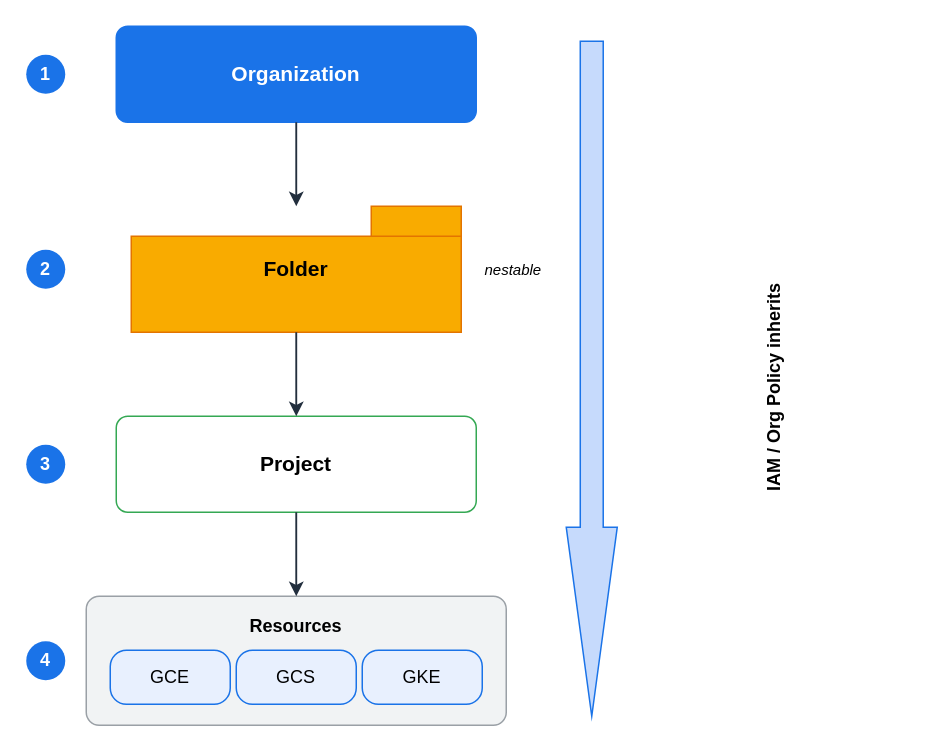
Earlier version of the draw.io diagram assets/img/gcp/gcp-resource-hierarchy.drawio (KKamJi98/kkamji98.github.io). Source tidied: cells renumbered, new cells numbered last; positions are measured from the earlier drawing's top-left corner, leaving out a move shared by most shapes. Both pictures are drawn from the tidied source at 150%, with x=0, y=0 at pixel (26, 26).
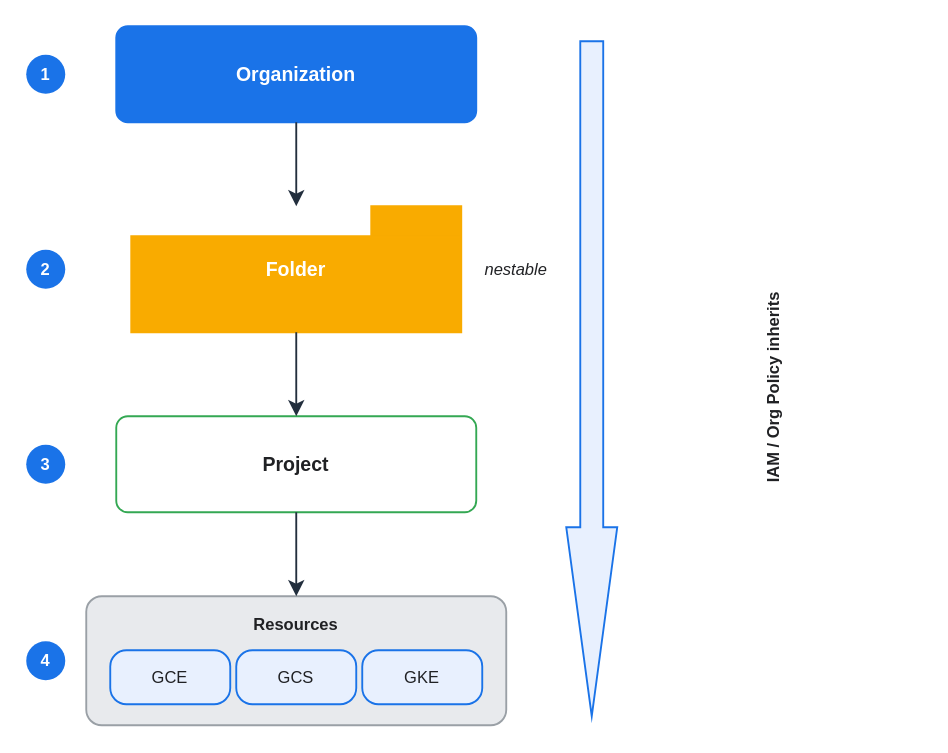
The same page after the edit.

The edit, as a diff of the source:
```diff
@@
 <mxGraphModel background="#FFFFFF">
   <root>
     <mxCell id="0" />
     <mxCell id="1" parent="0" />
-    <mxCell id="2" value="Organization" style="rounded=1;arcSize=12;whiteSpace=wrap;html=0;fillColor=#1A73E8;strokeColor=#1A73E8;fontColor=#FFFFFF;fontSize=14;fontStyle=1;verticalAlign=middle;align=center;" parent="1" vertex="1">
+    <mxCell id="2" value="Organization" style="rounded=1;arcSize=12;whiteSpace=wrap;html=0;fillColor=#1A73E8;strokeColor=#1A73E8;fontColor=#FFFFFF;fontSize=13;fontStyle=1;verticalAlign=middle;align=center;strokeWidth=1.25;" parent="1" vertex="1">
       <mxGeometry x="60" width="240" height="64" as="geometry" />
     </mxCell>
-    <mxCell id="3" value="Folder" style="shape=folder;html=0;whiteSpace=wrap;fillColor=#F9AB00;strokeColor=#E37400;fontColor=#000000;fontSize=14;fontStyle=1;verticalAlign=middle;align=center;" parent="1" vertex="1">
+    <mxCell id="3" value="Folder" style="shape=folder;html=0;whiteSpace=wrap;fillColor=#F9AB00;strokeColor=#F9AB00;fontColor=#FFFFFF;fontSize=13;fontStyle=1;verticalAlign=middle;align=center;strokeWidth=1.25;" parent="1" vertex="1">
       <mxGeometry x="70" y="120" width="220" height="84" as="geometry" />
     </mxCell>
-    <mxCell id="4" value="nestable" style="text;html=0;align=left;verticalAlign=middle;fontColor=#000000;fontSize=10;fontStyle=2;" parent="1" vertex="1">
+    <mxCell id="4" value="nestable" style="text;html=0;align=left;verticalAlign=middle;fontColor=#202124;fontSize=11;fontStyle=2;" parent="1" vertex="1">
       <mxGeometry x="304" y="152" width="50" height="20" as="geometry" />
     </mxCell>
-    <mxCell id="5" value="Project" style="rounded=1;arcSize=12;whiteSpace=wrap;html=0;fillColor=#FFFFFF;strokeColor=#34A853;fontColor=#000000;fontSize=14;fontStyle=1;verticalAlign=middle;align=center;" parent="1" vertex="1">
+    <mxCell id="5" value="Project" style="rounded=1;arcSize=12;whiteSpace=wrap;html=0;fillColor=#FFFFFF;strokeColor=#34A853;fontColor=#202124;fontSize=13;fontStyle=1;verticalAlign=middle;align=center;strokeWidth=1.25;" parent="1" vertex="1">
       <mxGeometry x="60" y="260" width="240" height="64" as="geometry" />
     </mxCell>
-    <mxCell id="6" value="Resources" style="rounded=1;arcSize=10;whiteSpace=wrap;html=0;fillColor=#F1F3F4;strokeColor=#9AA0A6;fontColor=#000000;fontSize=12;fontStyle=1;verticalAlign=top;align=center;spacingTop=6;" parent="1" vertex="1">
+    <mxCell id="6" value="Resources" style="rounded=1;arcSize=12;whiteSpace=wrap;html=0;fillColor=#E8EAED;strokeColor=#9AA0A6;fontColor=#202124;fontSize=11;fontStyle=1;verticalAlign=top;align=center;spacingTop=6;strokeWidth=1.25;" parent="1" vertex="1">
       <mxGeometry x="40" y="380" width="280" height="86" as="geometry" />
     </mxCell>
-    <mxCell id="7" value="GCE" style="rounded=1;arcSize=30;whiteSpace=wrap;html=0;fillColor=#E8F0FE;strokeColor=#1A73E8;fontColor=#000000;fontSize=12;verticalAlign=middle;align=center;" parent="1" vertex="1">
+    <mxCell id="7" value="GCE" style="rounded=1;arcSize=30;whiteSpace=wrap;html=0;fillColor=#E8F0FE;strokeColor=#1A73E8;fontColor=#202124;fontSize=11;verticalAlign=middle;align=center;strokeWidth=1.25;" parent="1" vertex="1">
       <mxGeometry x="56" y="416" width="80" height="36" as="geometry" />
     </mxCell>
-    <mxCell id="8" value="GCS" style="rounded=1;arcSize=30;whiteSpace=wrap;html=0;fillColor=#E8F0FE;strokeColor=#1A73E8;fontColor=#000000;fontSize=12;verticalAlign=middle;align=center;" parent="1" vertex="1">
+    <mxCell id="8" value="GCS" style="rounded=1;arcSize=30;whiteSpace=wrap;html=0;fillColor=#E8F0FE;strokeColor=#1A73E8;fontColor=#202124;fontSize=11;verticalAlign=middle;align=center;strokeWidth=1.25;" parent="1" vertex="1">
       <mxGeometry x="140" y="416" width="80" height="36" as="geometry" />
     </mxCell>
-    <mxCell id="9" value="GKE" style="rounded=1;arcSize=30;whiteSpace=wrap;html=0;fillColor=#E8F0FE;strokeColor=#1A73E8;fontColor=#000000;fontSize=12;verticalAlign=middle;align=center;" parent="1" vertex="1">
+    <mxCell id="9" value="GKE" style="rounded=1;arcSize=30;whiteSpace=wrap;html=0;fillColor=#E8F0FE;strokeColor=#1A73E8;fontColor=#202124;fontSize=11;verticalAlign=middle;align=center;strokeWidth=1.25;" parent="1" vertex="1">
       <mxGeometry x="224" y="416" width="80" height="36" as="geometry" />
     </mxCell>
-    <mxCell id="10" value="1" style="ellipse;whiteSpace=wrap;html=0;fillColor=#1A73E8;strokeColor=none;fontColor=#FFFFFF;fontSize=12;fontStyle=1;" parent="1" vertex="1">
+    <mxCell id="10" value="1" style="ellipse;whiteSpace=wrap;html=0;fillColor=#1A73E8;strokeColor=none;fontColor=#FFFFFF;fontSize=11;fontStyle=1;strokeWidth=1.25;" parent="1" vertex="1">
       <mxGeometry y="19" width="26" height="26" as="geometry" />
     </mxCell>
-    <mxCell id="11" value="2" style="ellipse;whiteSpace=wrap;html=0;fillColor=#1A73E8;strokeColor=none;fontColor=#FFFFFF;fontSize=12;fontStyle=1;" parent="1" vertex="1">
+    <mxCell id="11" value="2" style="ellipse;whiteSpace=wrap;html=0;fillColor=#1A73E8;strokeColor=none;fontColor=#FFFFFF;fontSize=11;fontStyle=1;strokeWidth=1.25;" parent="1" vertex="1">
       <mxGeometry y="149" width="26" height="26" as="geometry" />
     </mxCell>
-    <mxCell id="12" value="3" style="ellipse;whiteSpace=wrap;html=0;fillColor=#1A73E8;strokeColor=none;fontColor=#FFFFFF;fontSize=12;fontStyle=1;" parent="1" vertex="1">
+    <mxCell id="12" value="3" style="ellipse;whiteSpace=wrap;html=0;fillColor=#1A73E8;strokeColor=none;fontColor=#FFFFFF;fontSize=11;fontStyle=1;strokeWidth=1.25;" parent="1" vertex="1">
       <mxGeometry y="279" width="26" height="26" as="geometry" />
     </mxCell>
-    <mxCell id="13" value="4" style="ellipse;whiteSpace=wrap;html=0;fillColor=#1A73E8;strokeColor=none;fontColor=#FFFFFF;fontSize=12;fontStyle=1;" parent="1" vertex="1">
+    <mxCell id="13" value="4" style="ellipse;whiteSpace=wrap;html=0;fillColor=#1A73E8;strokeColor=none;fontColor=#FFFFFF;fontSize=11;fontStyle=1;strokeWidth=1.25;" parent="1" vertex="1">
       <mxGeometry y="410" width="26" height="26" as="geometry" />
     </mxCell>
-    <mxCell id="14" style="shape=singleArrow;direction=south;html=0;whiteSpace=wrap;fillColor=#C6DAFC;strokeColor=#1A73E8;fontColor=#000000;arrowWidth=0.45;arrowSize=0.28;" parent="1" vertex="1">
+    <mxCell id="14" style="shape=singleArrow;direction=south;html=0;whiteSpace=wrap;fillColor=#E8F0FE;strokeColor=#1A73E8;fontColor=#202124;arrowWidth=0.45;arrowSize=0.28;strokeWidth=1.25;" parent="1" vertex="1">
       <mxGeometry x="360" y="10" width="34" height="450" as="geometry" />
     </mxCell>
-    <mxCell id="15" value="IAM / Org Policy inherits" style="text;html=0;horizontal=0;align=center;verticalAlign=middle;fontColor=#000000;fontSize=12;fontStyle=1;" parent="1" vertex="1">
+    <mxCell id="15" value="IAM / Org Policy inherits" style="text;html=0;horizontal=0;align=center;verticalAlign=middle;fontColor=#202124;fontSize=11;fontStyle=1;" parent="1" vertex="1">
       <mxGeometry x="398" y="50" width="200" height="380" as="geometry" />
     </mxCell>
-    <mxCell id="16" style="edgeStyle=orthogonalEdgeStyle;html=0;rounded=0;strokeColor=#232F3E;strokeWidth=1.25;fontColor=#000000;endArrow=classic;exitX=0.5;exitY=1;exitDx=0;exitDy=0;entryX=0.5;entryY=0;entryDx=0;entryDy=0;" parent="1" edge="1" source="2" target="3">
+    <mxCell id="16" style="edgeStyle=orthogonalEdgeStyle;html=0;rounded=0;strokeColor=#232F3E;strokeWidth=1.25;fontColor=#202124;endArrow=classic;exitX=0.5;exitY=1;exitDx=0;exitDy=0;entryX=0.5;entryY=0;entryDx=0;entryDy=0;endSize=7;" parent="1" edge="1" source="2" target="3">
       <mxGeometry relative="1" as="geometry" />
     </mxCell>
-    <mxCell id="17" style="edgeStyle=orthogonalEdgeStyle;html=0;rounded=0;strokeColor=#232F3E;strokeWidth=1.25;fontColor=#000000;endArrow=classic;exitX=0.5;exitY=1;exitDx=0;exitDy=0;entryX=0.5;entryY=0;entryDx=0;entryDy=0;" parent="1" edge="1" source="3" target="5">
+    <mxCell id="17" style="edgeStyle=orthogonalEdgeStyle;html=0;rounded=0;strokeColor=#232F3E;strokeWidth=1.25;fontColor=#202124;endArrow=classic;exitX=0.5;exitY=1;exitDx=0;exitDy=0;entryX=0.5;entryY=0;entryDx=0;entryDy=0;endSize=7;" parent="1" edge="1" source="3" target="5">
       <mxGeometry relative="1" as="geometry" />
     </mxCell>
-    <mxCell id="18" style="edgeStyle=orthogonalEdgeStyle;html=0;rounded=0;strokeColor=#232F3E;strokeWidth=1.25;fontColor=#000000;endArrow=classic;exitX=0.5;exitY=1;exitDx=0;exitDy=0;entryX=0.5;entryY=0;entryDx=0;entryDy=0;" parent="1" edge="1" source="5" target="6">
+    <mxCell id="18" style="edgeStyle=orthogonalEdgeStyle;html=0;rounded=0;strokeColor=#232F3E;strokeWidth=1.25;fontColor=#202124;endArrow=classic;exitX=0.5;exitY=1;exitDx=0;exitDy=0;entryX=0.5;entryY=0;entryDx=0;entryDy=0;endSize=7;" parent="1" edge="1" source="5" target="6">
       <mxGeometry relative="1" as="geometry" />
     </mxCell>
   </root>
 </mxGraphModel>
```
